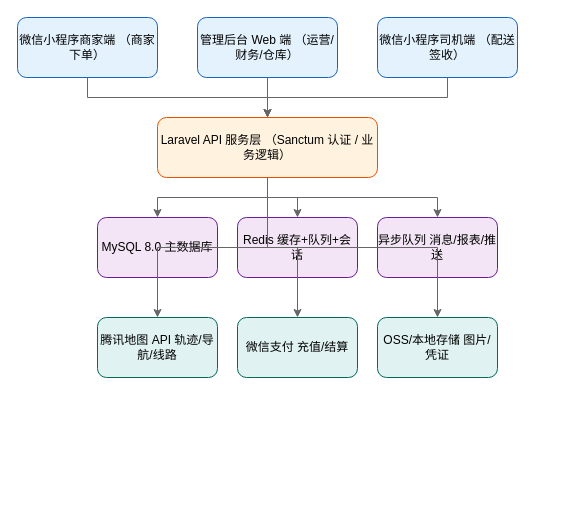
This is docs/flowcharts/draw 03/01_整体系统业务架构图.drawio from kindiaing/susong-livewire, a draw.io file, before an edit. Source tidied: cells renumbered, new cells numbered last; positions are measured from the earlier drawing's top-left corner, leaving out a move shared by most shapes. Both pictures are drawn from the tidied source at 100%, with x=0, y=0 at pixel (17, 17).
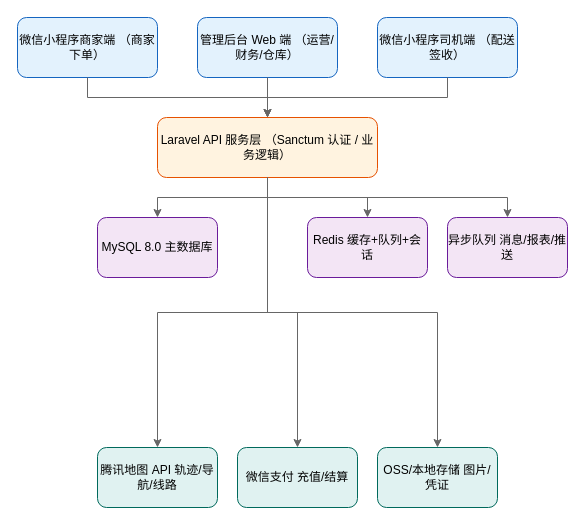
The same page after the edit.

The change refers to these unchanged cells:
```xml
<mxCell id="5" value="Laravel API 服务层 （Sanctum 认证 / 业务逻辑）" style="rounded=1;whiteSpace=wrap;html=1;fillColor=#FFF3E0;strokeColor=#E65100;fontSize=12;fontFamily=Helvetica;verticalAlign=middle;align=center;" parent="1" vertex="1">
  <mxGeometry x="140" y="100" width="220" height="60" as="geometry" />
</mxCell>
```

Diff of the diagram source:
```diff
@@
     <mxCell id="7" value="Redis 缓存+队列+会话" style="rounded=1;whiteSpace=wrap;html=1;fillColor=#F3E5F5;strokeColor=#6A1B9A;fontSize=12;fontFamily=Helvetica;verticalAlign=middle;align=center;" parent="1" vertex="1">
-      <mxGeometry x="220" y="200" width="120" height="60" as="geometry" />
+      <mxGeometry x="290" y="200" width="120" height="60" as="geometry" />
     </mxCell>
     <mxCell id="8" value="异步队列 消息/报表/推送" style="rounded=1;whiteSpace=wrap;html=1;fillColor=#F3E5F5;strokeColor=#6A1B9A;fontSize=12;fontFamily=Helvetica;verticalAlign=middle;align=center;" parent="1" vertex="1">
-      <mxGeometry x="360" y="200" width="120" height="60" as="geometry" />
+      <mxGeometry x="430" y="200" width="120" height="60" as="geometry" />
     </mxCell>
     <mxCell id="9" value="腾讯地图 API 轨迹/导航/线路" style="rounded=1;whiteSpace=wrap;html=1;fillColor=#E0F2F1;strokeColor=#00695C;fontSize=12;fontFamily=Helvetica;verticalAlign=middle;align=center;" parent="1" vertex="1">
-      <mxGeometry x="80" y="300" width="120" height="60" as="geometry" />
+      <mxGeometry x="80" y="430" width="120" height="60" as="geometry" />
     </mxCell>
     <mxCell id="10" value="微信支付 充值/结算" style="rounded=1;whiteSpace=wrap;html=1;fillColor=#E0F2F1;strokeColor=#00695C;fontSize=12;fontFamily=Helvetica;verticalAlign=middle;align=center;" parent="1" vertex="1">
-      <mxGeometry x="220" y="300" width="120" height="60" as="geometry" />
+      <mxGeometry x="220" y="430" width="120" height="60" as="geometry" />
     </mxCell>
     <mxCell id="11" value="OSS/本地存储 图片/凭证" style="rounded=1;whiteSpace=wrap;html=1;fillColor=#E0F2F1;strokeColor=#00695C;fontSize=12;fontFamily=Helvetica;verticalAlign=middle;align=center;" parent="1" vertex="1">
-      <mxGeometry x="360" y="300" width="120" height="60" as="geometry" />
+      <mxGeometry x="360" y="430" width="120" height="60" as="geometry" />
     </mxCell>
@@
-    <mxCell id="17" style="edgeStyle=orthogonalEdgeStyle;rounded=0;jettySize=auto;html=1;strokeColor=#666666;fontSize=11;" parent="1" edge="1" source="5" target="8">
+    <mxCell id="17" style="edgeStyle=orthogonalEdgeStyle;rounded=0;jettySize=auto;html=1;strokeColor=#666666;fontSize=11;exitX=0.5;exitY=1;exitDx=0;exitDy=0;" parent="1" edge="1" source="5" target="8">
       <mxGeometry relative="1" as="geometry" />
     </mxCell>
```
